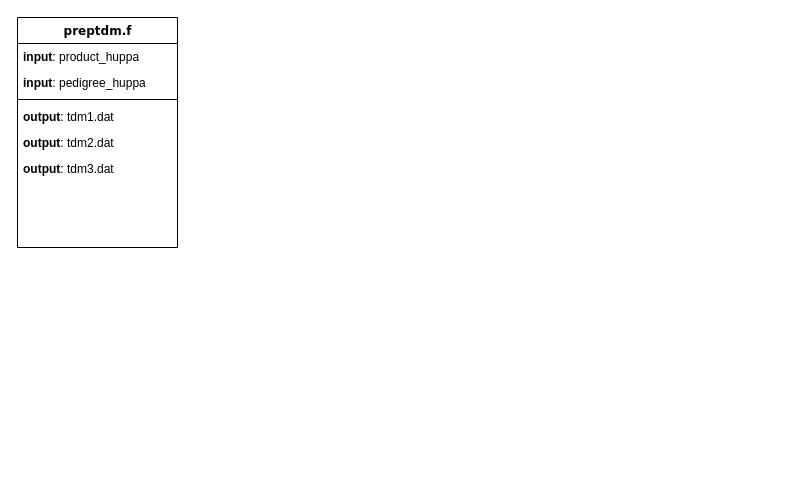
Before: New breeding evaluation pipeline.drawio in tordisrml/fertility, a draw.io diagram. Source tidied: cells renumbered, new cells numbered last; positions are measured from the earlier drawing's top-left corner, leaving out a move shared by most shapes. Both pictures are drawn from the tidied source at 100%, with x=0, y=0 at pixel (17, 17).
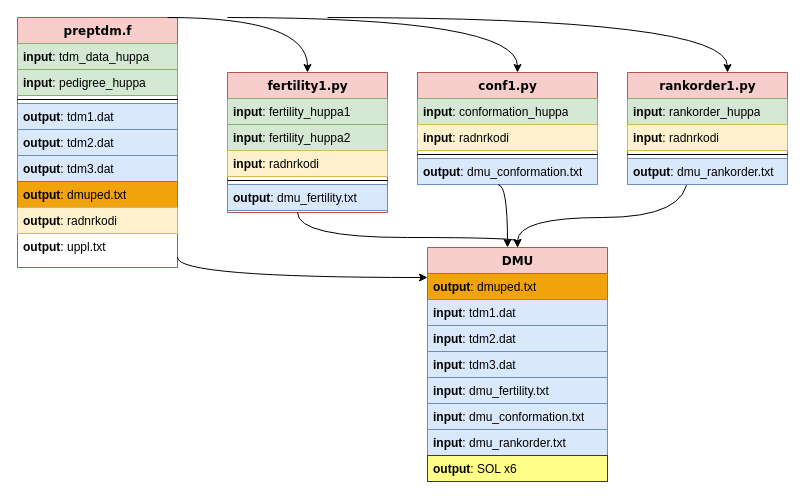
The same page after the edit.

What changed in the source:
```diff
@@
-    <mxCell id="2" value="preptdm.f" style="swimlane;html=1;fontStyle=1;align=center;verticalAlign=top;horizontal=1;startSize=26;swimlaneFillColor=#ffffff;rounded=0;shadow=0;comic=0;labelBackgroundColor=none;strokeWidth=1;fillColor=none;fontFamily=Verdana;fontSize=12;" parent="1" vertex="1">
-      <mxGeometry width="160" height="230" as="geometry" />
+    <mxCell id="2" value="preptdm.f" style="swimlane;html=1;fontStyle=1;align=center;verticalAlign=top;horizontal=1;startSize=26;swimlaneFillColor=#ffffff;rounded=0;shadow=0;comic=0;labelBackgroundColor=none;strokeWidth=1;fillColor=#f8cecc;fontFamily=Verdana;fontSize=12;strokeColor=#b85450;" parent="1" vertex="1">
+      <mxGeometry width="160" height="250" as="geometry" />
     </mxCell>
-    <mxCell id="3" value="&lt;b&gt;input&lt;/b&gt;: product_huppa" style="text;html=1;strokeColor=none;fillColor=none;align=left;verticalAlign=top;spacingLeft=4;spacingRight=4;whiteSpace=wrap;overflow=hidden;" parent="2" vertex="1">
+    <mxCell id="3" value="&lt;b&gt;input&lt;/b&gt;: tdm_data_huppa" style="text;html=1;strokeColor=#82b366;fillColor=#d5e8d4;align=left;verticalAlign=top;spacingLeft=4;spacingRight=4;whiteSpace=wrap;overflow=hidden;" parent="2" vertex="1">
       <mxGeometry y="26" width="160" height="26" as="geometry" />
     </mxCell>
-    <mxCell id="4" value="&lt;b&gt;input&lt;/b&gt;: pedigree_huppa" style="text;html=1;strokeColor=none;fillColor=none;align=left;verticalAlign=top;spacingLeft=4;spacingRight=4;whiteSpace=wrap;overflow=hidden;" parent="2" vertex="1">
+    <mxCell id="4" value="&lt;b&gt;input&lt;/b&gt;: pedigree_huppa" style="text;html=1;strokeColor=#82b366;fillColor=#d5e8d4;align=left;verticalAlign=top;spacingLeft=4;spacingRight=4;whiteSpace=wrap;overflow=hidden;" parent="2" vertex="1">
       <mxGeometry y="52" width="160" height="26" as="geometry" />
     </mxCell>
@@
-    <mxCell id="6" value="&lt;b&gt;output&lt;/b&gt;: tdm1.dat" style="text;html=1;strokeColor=none;fillColor=none;align=left;verticalAlign=top;spacingLeft=4;spacingRight=4;whiteSpace=wrap;overflow=hidden;" parent="2" vertex="1">
+    <mxCell id="6" value="&lt;b&gt;output&lt;/b&gt;: tdm1.dat" style="text;html=1;align=left;verticalAlign=top;spacingLeft=4;spacingRight=4;whiteSpace=wrap;overflow=hidden;fillColor=#dae8fc;strokeColor=#6c8ebf;" parent="2" vertex="1">
       <mxGeometry y="86" width="160" height="26" as="geometry" />
     </mxCell>
-    <mxCell id="7" value="&lt;b&gt;output&lt;/b&gt;: tdm2.dat" style="text;html=1;strokeColor=none;fillColor=none;align=left;verticalAlign=top;spacingLeft=4;spacingRight=4;whiteSpace=wrap;overflow=hidden;" parent="2" vertex="1">
+    <mxCell id="7" value="&lt;b&gt;output&lt;/b&gt;: tdm2.dat" style="text;html=1;strokeColor=#6c8ebf;fillColor=#dae8fc;align=left;verticalAlign=top;spacingLeft=4;spacingRight=4;whiteSpace=wrap;overflow=hidden;" parent="2" vertex="1">
       <mxGeometry y="112" width="160" height="26" as="geometry" />
     </mxCell>
-    <mxCell id="8" value="&lt;b&gt;output&lt;/b&gt;: tdm3.dat" style="text;html=1;strokeColor=none;fillColor=none;align=left;verticalAlign=top;spacingLeft=4;spacingRight=4;whiteSpace=wrap;overflow=hidden;" parent="2" vertex="1">
+    <mxCell id="8" value="&lt;b&gt;output&lt;/b&gt;: tdm3.dat" style="text;html=1;strokeColor=#6c8ebf;fillColor=#dae8fc;align=left;verticalAlign=top;spacingLeft=4;spacingRight=4;whiteSpace=wrap;overflow=hidden;" parent="2" vertex="1">
       <mxGeometry y="138" width="160" height="26" as="geometry" />
     </mxCell>
+    <mxCell id="9" value="&lt;b&gt;output&lt;/b&gt;: dmuped.txt" style="text;html=1;strokeColor=#BD7000;fillColor=#f0a30a;align=left;verticalAlign=top;spacingLeft=4;spacingRight=4;whiteSpace=wrap;overflow=hidden;fontColor=#000000;" parent="2" vertex="1">
+      <mxGeometry y="164" width="160" height="26" as="geometry" />
+    </mxCell>
+    <mxCell id="10" value="&lt;b&gt;output&lt;/b&gt;: radnrkodi" style="text;html=1;strokeColor=#d6b656;fillColor=#fff2cc;align=left;verticalAlign=top;spacingLeft=4;spacingRight=4;whiteSpace=wrap;overflow=hidden;" parent="2" vertex="1">
+      <mxGeometry y="190" width="160" height="26" as="geometry" />
+    </mxCell>
+    <mxCell id="11" value="&lt;b&gt;output&lt;/b&gt;: uppl.txt" style="text;html=1;strokeColor=none;fillColor=none;align=left;verticalAlign=top;spacingLeft=4;spacingRight=4;whiteSpace=wrap;overflow=hidden;" parent="2" vertex="1">
+      <mxGeometry y="216" width="160" height="34" as="geometry" />
+    </mxCell>
+    <mxCell id="12" value="fertility1.py" style="swimlane;html=1;fontStyle=1;align=center;verticalAlign=top;horizontal=1;startSize=26;swimlaneFillColor=#ffffff;rounded=0;shadow=0;comic=0;labelBackgroundColor=none;strokeWidth=1;fillColor=#f8cecc;fontFamily=Verdana;fontSize=12;strokeColor=#b85450;" parent="1" vertex="1">
+      <mxGeometry x="210" y="55" width="160" height="140" as="geometry" />
+    </mxCell>
+    <mxCell id="13" value="&lt;b&gt;input&lt;/b&gt;: fertility_huppa1&lt;br&gt;" style="text;html=1;strokeColor=#82b366;fillColor=#d5e8d4;align=left;verticalAlign=top;spacingLeft=4;spacingRight=4;whiteSpace=wrap;overflow=hidden;" parent="12" vertex="1">
+      <mxGeometry y="26" width="160" height="26" as="geometry" />
+    </mxCell>
+    <mxCell id="14" value="&lt;b&gt;input&lt;/b&gt;: fertility_huppa2" style="text;html=1;strokeColor=#82b366;fillColor=#d5e8d4;align=left;verticalAlign=top;spacingLeft=4;spacingRight=4;whiteSpace=wrap;overflow=hidden;" parent="12" vertex="1">
+      <mxGeometry y="52" width="160" height="26" as="geometry" />
+    </mxCell>
+    <mxCell id="15" value="&lt;b&gt;input&lt;/b&gt;: radnrkodi" style="text;html=1;strokeColor=#d6b656;fillColor=#fff2cc;align=left;verticalAlign=top;spacingLeft=4;spacingRight=4;whiteSpace=wrap;overflow=hidden;" parent="12" vertex="1">
+      <mxGeometry y="78" width="160" height="26" as="geometry" />
+    </mxCell>
+    <mxCell id="16" style="curved=1;endArrow=classic;html=1;rounded=0;fontSize=34;edgeStyle=orthogonalEdgeStyle;" parent="12" edge="1" target="33">
+      <mxGeometry relative="1" as="geometry">
+        <mxPoint x="70" y="140" as="sourcePoint" />
+        <Array as="points">
+          <mxPoint x="70" y="165" />
+          <mxPoint x="290" y="165" />
+        </Array>
+      </mxGeometry>
+    </mxCell>
+    <mxCell id="17" style="line;html=1;strokeWidth=1;fillColor=none;align=left;verticalAlign=middle;spacingTop=-1;spacingLeft=3;spacingRight=3;labelPosition=right;" parent="12" vertex="1">
+      <mxGeometry y="104" width="160" height="8" as="geometry" />
+    </mxCell>
+    <mxCell id="18" value="&lt;b&gt;output&lt;/b&gt;: dmu_fertility.txt&lt;br&gt;" style="text;html=1;align=left;verticalAlign=top;spacingLeft=4;spacingRight=4;whiteSpace=wrap;overflow=hidden;fillColor=#dae8fc;strokeColor=#6c8ebf;" parent="12" vertex="1">
+      <mxGeometry y="112" width="160" height="26" as="geometry" />
+    </mxCell>
+    <mxCell id="19" style="curved=1;endArrow=classic;html=1;rounded=0;fontSize=34;edgeStyle=orthogonalEdgeStyle;" parent="12" edge="1" target="33">
+      <mxGeometry relative="1" as="geometry">
+        <mxPoint x="460" y="104" as="sourcePoint" />
+        <Array as="points">
+          <mxPoint x="460" y="145" />
+          <mxPoint x="290" y="145" />
+        </Array>
+      </mxGeometry>
+    </mxCell>
+    <mxCell id="20" value="rankorder1.py" style="swimlane;html=1;fontStyle=1;align=center;verticalAlign=top;horizontal=1;startSize=26;swimlaneFillColor=#ffffff;rounded=0;shadow=0;comic=0;labelBackgroundColor=none;strokeWidth=1;fillColor=#f8cecc;fontFamily=Verdana;fontSize=12;strokeColor=#b85450;" parent="1" vertex="1">
+      <mxGeometry x="610" y="55" width="160" height="112" as="geometry" />
+    </mxCell>
+    <mxCell id="21" value="&lt;b&gt;input&lt;/b&gt;: rankorder_huppa" style="text;html=1;strokeColor=#82b366;fillColor=#d5e8d4;align=left;verticalAlign=top;spacingLeft=4;spacingRight=4;whiteSpace=wrap;overflow=hidden;" parent="20" vertex="1">
+      <mxGeometry y="26" width="160" height="26" as="geometry" />
+    </mxCell>
+    <mxCell id="22" value="&lt;b&gt;input&lt;/b&gt;: radnrkodi" style="text;html=1;strokeColor=#d6b656;fillColor=#fff2cc;align=left;verticalAlign=top;spacingLeft=4;spacingRight=4;whiteSpace=wrap;overflow=hidden;" parent="20" vertex="1">
+      <mxGeometry y="52" width="160" height="26" as="geometry" />
+    </mxCell>
+    <mxCell id="23" style="line;html=1;strokeWidth=1;fillColor=none;align=left;verticalAlign=middle;spacingTop=-1;spacingLeft=3;spacingRight=3;labelPosition=right;" parent="20" vertex="1">
+      <mxGeometry y="78" width="160" height="8" as="geometry" />
+    </mxCell>
+    <mxCell id="24" value="&lt;b&gt;output&lt;/b&gt;: dmu_rankorder.txt" style="text;html=1;align=left;verticalAlign=top;spacingLeft=4;spacingRight=4;whiteSpace=wrap;overflow=hidden;fillColor=#dae8fc;strokeColor=#6c8ebf;" parent="20" vertex="1">
+      <mxGeometry y="86" width="160" height="26" as="geometry" />
+    </mxCell>
+    <mxCell id="25" style="curved=1;endArrow=classic;html=1;rounded=0;edgeStyle=orthogonalEdgeStyle;" parent="20" edge="1">
+      <mxGeometry relative="1" as="geometry">
+        <mxPoint x="-300" y="-55" as="sourcePoint" />
+        <mxPoint x="100" as="targetPoint" />
+        <Array as="points">
+          <mxPoint x="100" y="-55" />
+        </Array>
+      </mxGeometry>
+    </mxCell>
+    <mxCell id="26" value="conf1.py" style="swimlane;html=1;fontStyle=1;align=center;verticalAlign=top;horizontal=1;startSize=26;swimlaneFillColor=#ffffff;rounded=0;shadow=0;comic=0;labelBackgroundColor=none;strokeWidth=1;fillColor=#f8cecc;fontFamily=Verdana;fontSize=12;strokeColor=#b85450;" parent="1" vertex="1">
+      <mxGeometry x="400" y="55" width="180" height="112" as="geometry" />
+    </mxCell>
+    <mxCell id="27" value="&lt;b&gt;input&lt;/b&gt;: conformation_huppa" style="text;html=1;strokeColor=#82b366;fillColor=#d5e8d4;align=left;verticalAlign=top;spacingLeft=4;spacingRight=4;whiteSpace=wrap;overflow=hidden;" parent="26" vertex="1">
+      <mxGeometry y="26" width="180" height="26" as="geometry" />
+    </mxCell>
+    <mxCell id="28" value="&lt;b&gt;input&lt;/b&gt;: radnrkodi" style="text;html=1;strokeColor=#d6b656;fillColor=#fff2cc;align=left;verticalAlign=top;spacingLeft=4;spacingRight=4;whiteSpace=wrap;overflow=hidden;" parent="26" vertex="1">
+      <mxGeometry y="52" width="180" height="26" as="geometry" />
+    </mxCell>
+    <mxCell id="29" style="line;html=1;strokeWidth=1;fillColor=none;align=left;verticalAlign=middle;spacingTop=-1;spacingLeft=3;spacingRight=3;labelPosition=right;" parent="26" vertex="1">
+      <mxGeometry y="78" width="180" height="8" as="geometry" />
+    </mxCell>
+    <mxCell id="30" value="&lt;b&gt;output&lt;/b&gt;: dmu_conformation.txt" style="text;html=1;align=left;verticalAlign=top;spacingLeft=4;spacingRight=4;whiteSpace=wrap;overflow=hidden;points=[[0,0.5],[1,0.5]];portConstraint=eastwest;fillColor=#dae8fc;strokeColor=#6c8ebf;" parent="26" vertex="1">
+      <mxGeometry y="86" width="180" height="26" as="geometry" />
+    </mxCell>
+    <mxCell id="31" style="curved=1;endArrow=classic;html=1;rounded=0;edgeStyle=orthogonalEdgeStyle;" parent="26" edge="1">
+      <mxGeometry relative="1" as="geometry">
+        <mxPoint x="-190" y="-55" as="sourcePoint" />
+        <mxPoint x="100" as="targetPoint" />
+        <Array as="points">
+          <mxPoint x="100" y="-55" />
+        </Array>
+      </mxGeometry>
+    </mxCell>
+    <mxCell id="32" style="curved=1;endArrow=classic;html=1;rounded=0;edgeStyle=orthogonalEdgeStyle;" parent="1" edge="1" target="12">
+      <mxGeometry relative="1" as="geometry">
+        <mxPoint x="150" as="sourcePoint" />
+        <Array as="points">
+          <mxPoint x="290" />
+        </Array>
+      </mxGeometry>
+    </mxCell>
+    <mxCell id="33" value="DMU" style="swimlane;html=1;fontStyle=1;align=center;verticalAlign=top;horizontal=1;startSize=26;swimlaneFillColor=#ffffff;rounded=0;shadow=0;comic=0;labelBackgroundColor=none;strokeWidth=1;fillColor=#f8cecc;fontFamily=Verdana;fontSize=12;strokeColor=#b85450;" parent="1" vertex="1">
+      <mxGeometry x="410" y="230" width="180" height="234" as="geometry" />
+    </mxCell>
+    <mxCell id="34" value="&lt;b&gt;output&lt;/b&gt;: dmuped.txt" style="text;html=1;strokeColor=#BD7000;fillColor=#f0a30a;align=left;verticalAlign=top;spacingLeft=4;spacingRight=4;whiteSpace=wrap;overflow=hidden;fontColor=#000000;" parent="33" vertex="1">
+      <mxGeometry y="26" width="180" height="26" as="geometry" />
+    </mxCell>
+    <mxCell id="35" value="&lt;b&gt;input&lt;/b&gt;: tdm1.dat" style="text;html=1;align=left;verticalAlign=top;spacingLeft=4;spacingRight=4;whiteSpace=wrap;overflow=hidden;fillColor=#dae8fc;strokeColor=#6c8ebf;" parent="33" vertex="1">
+      <mxGeometry y="52" width="180" height="26" as="geometry" />
+    </mxCell>
+    <mxCell id="36" value="&lt;b&gt;input&lt;/b&gt;: tdm2.dat" style="text;html=1;strokeColor=#6c8ebf;fillColor=#dae8fc;align=left;verticalAlign=top;spacingLeft=4;spacingRight=4;whiteSpace=wrap;overflow=hidden;" parent="33" vertex="1">
+      <mxGeometry y="78" width="180" height="26" as="geometry" />
+    </mxCell>
+    <mxCell id="37" value="&lt;b&gt;input&lt;/b&gt;: tdm3.dat" style="text;html=1;strokeColor=#6c8ebf;fillColor=#dae8fc;align=left;verticalAlign=top;spacingLeft=4;spacingRight=4;whiteSpace=wrap;overflow=hidden;" parent="33" vertex="1">
+      <mxGeometry y="104" width="180" height="26" as="geometry" />
+    </mxCell>
+    <mxCell id="38" value="&lt;b&gt;input&lt;/b&gt;: dmu_fertility.txt" style="text;html=1;strokeColor=#6c8ebf;fillColor=#dae8fc;align=left;verticalAlign=top;spacingLeft=4;spacingRight=4;whiteSpace=wrap;overflow=hidden;" parent="33" vertex="1">
+      <mxGeometry y="130" width="180" height="26" as="geometry" />
+    </mxCell>
+    <mxCell id="39" value="&lt;b&gt;input&lt;/b&gt;: dmu_conformation.txt" style="text;html=1;align=left;verticalAlign=top;spacingLeft=4;spacingRight=4;whiteSpace=wrap;overflow=hidden;fillColor=#dae8fc;strokeColor=#6c8ebf;" parent="33" vertex="1">
+      <mxGeometry y="156" width="180" height="26" as="geometry" />
+    </mxCell>
+    <mxCell id="40" value="&lt;b&gt;input&lt;/b&gt;: dmu_rankorder.txt" style="text;html=1;align=left;verticalAlign=top;spacingLeft=4;spacingRight=4;whiteSpace=wrap;overflow=hidden;fillColor=#dae8fc;strokeColor=#6c8ebf;" parent="33" vertex="1">
+      <mxGeometry y="182" width="180" height="26" as="geometry" />
+    </mxCell>
+    <mxCell id="41" value="&lt;b&gt;output&lt;/b&gt;: SOL x6" style="text;html=1;align=left;verticalAlign=top;spacingLeft=4;spacingRight=4;whiteSpace=wrap;overflow=hidden;fillColor=#ffff88;strokeColor=#36393d;" parent="33" vertex="1">
+      <mxGeometry y="208" width="180" height="26" as="geometry" />
+    </mxCell>
+    <mxCell id="42" style="curved=1;endArrow=classic;html=1;rounded=0;fontSize=34;edgeStyle=orthogonalEdgeStyle;" parent="1" edge="1" target="33">
+      <mxGeometry relative="1" as="geometry">
+        <mxPoint x="160" y="240" as="sourcePoint" />
+        <Array as="points">
+          <mxPoint x="160" y="260" />
+          <mxPoint x="490" y="260" />
+        </Array>
+      </mxGeometry>
+    </mxCell>
+    <mxCell id="43" style="curved=1;endArrow=classic;html=1;rounded=0;fontSize=34;edgeStyle=orthogonalEdgeStyle;exitX=0.448;exitY=1.013;exitDx=0;exitDy=0;exitPerimeter=0;" parent="1" edge="1" source="30" target="33">
+      <mxGeometry relative="1" as="geometry">
+        <Array as="points">
+          <mxPoint x="490" y="167" />
+        </Array>
+      </mxGeometry>
+    </mxCell>
```
